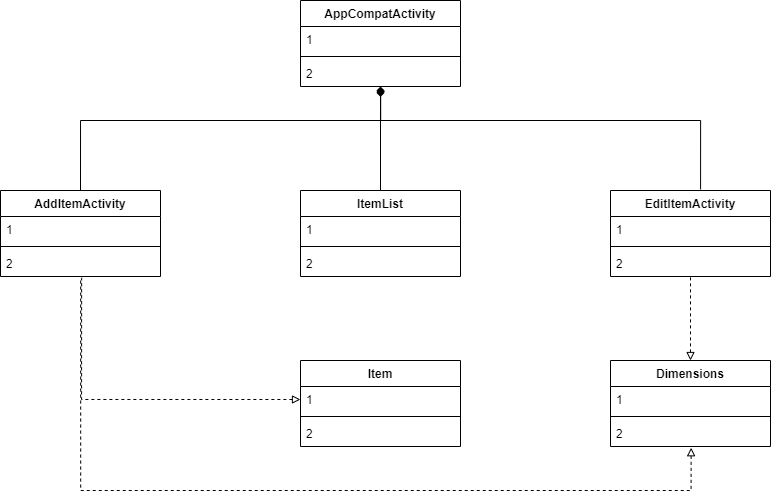
Above: Class Diagrams/ApplicationBorrowedTemplateClassDiagram.png in smitbmx/Architecture-Diagrams (draw.io), before the change. Source tidied: cells renumbered, new cells last; positions are measured from the earlier drawing's top-left corner, leaving out a move shared by most shapes.
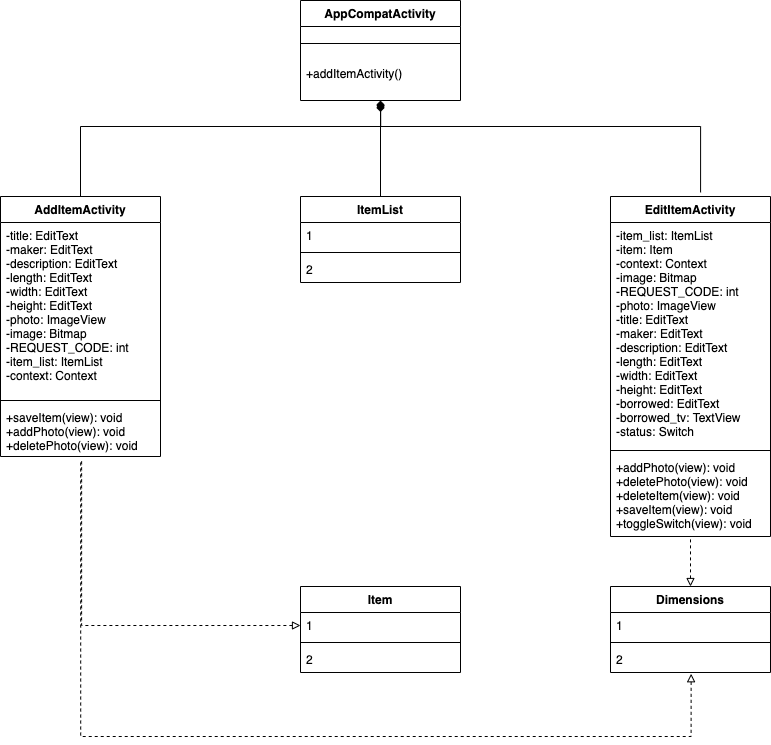
Later version of the same file.

Change to the diagram source:
```diff
@@ -3,16 +3,13 @@
     <mxCell id="0" />
     <mxCell id="1" parent="0" />
     <mxCell id="2" value="AppCompatActivity" style="swimlane;fontStyle=1;align=center;verticalAlign=top;horizontal=1;startSize=26;" parent="1" vertex="1">
-      <mxGeometry x="300" width="160" height="86" as="geometry" />
+      <mxGeometry x="300" y="-6" width="160" height="100" as="geometry" />
     </mxCell>
-    <mxCell id="3" value="1" style="text;strokeColor=none;fillColor=none;align=left;verticalAlign=top;spacingLeft=4;spacingRight=4;overflow=hidden;" parent="2" vertex="1">
-      <mxGeometry y="26" width="160" height="26" as="geometry" />
-    </mxCell>
     <mxCell id="4" style="line;strokeWidth=1;fillColor=none;align=left;verticalAlign=middle;spacingTop=-1;spacingLeft=3;spacingRight=3;labelPosition=right;" parent="2" vertex="1">
-      <mxGeometry y="52" width="160" height="8" as="geometry" />
+      <mxGeometry y="26" width="160" height="34" as="geometry" />
     </mxCell>
-    <mxCell id="5" value="2" style="text;strokeColor=none;fillColor=none;align=left;verticalAlign=top;spacingLeft=4;spacingRight=4;overflow=hidden;points=[[0,0.5],[1,0.5]];portConstraint=eastwest;" parent="2" vertex="1">
-      <mxGeometry y="60" width="160" height="26" as="geometry" />
+    <mxCell id="5" value="+addItemActivity()" style="text;strokeColor=none;fillColor=none;align=left;verticalAlign=top;spacingLeft=4;spacingRight=4;overflow=hidden;points=[[0,0.5],[1,0.5]];portConstraint=eastwest;" parent="2" vertex="1">
+      <mxGeometry y="60" width="160" height="40" as="geometry" />
     </mxCell>
     <mxCell id="6" value="ItemList" style="swimlane;fontStyle=1;align=center;verticalAlign=top;horizontal=1;startSize=26;" parent="1" vertex="1">
       <mxGeometry x="300" y="190" width="160" height="86" as="geometry" />
@@ -27,31 +24,31 @@
       <mxGeometry y="60" width="160" height="26" as="geometry" />
     </mxCell>
     <mxCell id="10" value="AddItemActivity" style="swimlane;fontStyle=1;align=center;verticalAlign=top;horizontal=1;startSize=26;" parent="1" vertex="1">
-      <mxGeometry y="190" width="160" height="86" as="geometry" />
+      <mxGeometry y="190" width="160" height="260" as="geometry" />
     </mxCell>
-    <mxCell id="11" value="1" style="text;strokeColor=none;fillColor=none;align=left;verticalAlign=top;spacingLeft=4;spacingRight=4;overflow=hidden;" parent="10" vertex="1">
-      <mxGeometry y="26" width="160" height="26" as="geometry" />
+    <mxCell id="11" value="-title: EditText&#10;-maker: EditText&#10;-description: EditText&#10;-length: EditText&#10;-width: EditText&#10;-height: EditText&#10;-photo: ImageView&#10;-image: Bitmap&#10;-REQUEST_CODE: int&#10;-item_list: ItemList&#10;-context: Context" style="text;strokeColor=none;fillColor=none;align=left;verticalAlign=top;spacingLeft=4;spacingRight=4;overflow=hidden;" parent="10" vertex="1">
+      <mxGeometry y="26" width="160" height="174" as="geometry" />
     </mxCell>
     <mxCell id="12" style="line;strokeWidth=1;fillColor=none;align=left;verticalAlign=middle;spacingTop=-1;spacingLeft=3;spacingRight=3;labelPosition=right;" parent="10" vertex="1">
-      <mxGeometry y="52" width="160" height="8" as="geometry" />
+      <mxGeometry y="200" width="160" height="8" as="geometry" />
     </mxCell>
-    <mxCell id="13" value="2" style="text;strokeColor=none;fillColor=none;align=left;verticalAlign=top;spacingLeft=4;spacingRight=4;overflow=hidden;points=[[0,0.5],[1,0.5]];portConstraint=eastwest;" parent="10" vertex="1">
-      <mxGeometry y="60" width="160" height="26" as="geometry" />
+    <mxCell id="13" value="+saveItem(view): void&#10;+addPhoto(view): void&#10;+deletePhoto(view): void" style="text;strokeColor=none;fillColor=none;align=left;verticalAlign=top;spacingLeft=4;spacingRight=4;overflow=hidden;points=[[0,0.5],[1,0.5]];portConstraint=eastwest;" parent="10" vertex="1">
+      <mxGeometry y="208" width="160" height="52" as="geometry" />
     </mxCell>
     <mxCell id="14" value="EditItemActivity" style="swimlane;fontStyle=1;align=center;verticalAlign=top;horizontal=1;startSize=26;" parent="1" vertex="1">
-      <mxGeometry x="610" y="190" width="160" height="86" as="geometry" />
+      <mxGeometry x="610" y="190" width="160" height="340" as="geometry" />
     </mxCell>
-    <mxCell id="15" value="1" style="text;strokeColor=none;fillColor=none;align=left;verticalAlign=top;spacingLeft=4;spacingRight=4;overflow=hidden;" parent="14" vertex="1">
-      <mxGeometry y="26" width="160" height="26" as="geometry" />
+    <mxCell id="15" value="-item_list: ItemList&#10;-item: Item&#10;-context: Context&#10;-image: Bitmap&#10;-REQUEST_CODE: int&#10;-photo: ImageView&#10;-title: EditText&#10;-maker: EditText&#10;-description: EditText&#10;-length: EditText&#10;-width: EditText&#10;-height: EditText&#10;-borrowed: EditText&#10;-borrowed_tv: TextView&#10;-status: Switch&#10;" style="text;strokeColor=none;fillColor=none;align=left;verticalAlign=top;spacingLeft=4;spacingRight=4;overflow=hidden;" parent="14" vertex="1">
+      <mxGeometry y="26" width="160" height="224" as="geometry" />
     </mxCell>
     <mxCell id="16" style="line;strokeWidth=1;fillColor=none;align=left;verticalAlign=middle;spacingTop=-1;spacingLeft=3;spacingRight=3;labelPosition=right;" parent="14" vertex="1">
-      <mxGeometry y="52" width="160" height="8" as="geometry" />
+      <mxGeometry y="250" width="160" height="8" as="geometry" />
     </mxCell>
-    <mxCell id="17" value="2" style="text;strokeColor=none;fillColor=none;align=left;verticalAlign=top;spacingLeft=4;spacingRight=4;overflow=hidden;" parent="14" vertex="1">
-      <mxGeometry y="60" width="160" height="26" as="geometry" />
+    <mxCell id="17" value="+addPhoto(view): void&#10;+deletePhoto(view): void&#10;+deleteItem(view): void&#10;+saveItem(view): void&#10;+toggleSwitch(view): void" style="text;strokeColor=none;fillColor=none;align=left;verticalAlign=top;spacingLeft=4;spacingRight=4;overflow=hidden;" parent="14" vertex="1">
+      <mxGeometry y="258" width="160" height="82" as="geometry" />
     </mxCell>
     <mxCell id="18" value="Item" style="swimlane;fontStyle=1;align=center;verticalAlign=top;horizontal=1;startSize=26;" parent="1" vertex="1">
-      <mxGeometry x="300" y="360" width="160" height="86" as="geometry" />
+      <mxGeometry x="300" y="580" width="160" height="86" as="geometry" />
     </mxCell>
     <mxCell id="19" value="1" style="text;strokeColor=none;fillColor=none;align=left;verticalAlign=top;spacingLeft=4;spacingRight=4;overflow=hidden;points=[[0,0.5],[1,0.5]];portConstraint=eastwest;" parent="18" vertex="1">
       <mxGeometry y="26" width="160" height="26" as="geometry" />
@@ -63,7 +60,7 @@
       <mxGeometry y="60" width="160" height="26" as="geometry" />
     </mxCell>
     <mxCell id="22" value="Dimensions" style="swimlane;fontStyle=1;align=center;verticalAlign=top;horizontal=1;startSize=26;" parent="1" vertex="1">
-      <mxGeometry x="610" y="360" width="160" height="86" as="geometry" />
+      <mxGeometry x="610" y="580" width="160" height="86" as="geometry" />
     </mxCell>
     <mxCell id="23" value="1" style="text;strokeColor=none;fillColor=none;align=left;verticalAlign=top;spacingLeft=4;spacingRight=4;overflow=hidden;" parent="22" vertex="1">
       <mxGeometry y="26" width="160" height="26" as="geometry" />
@@ -96,15 +93,15 @@
     <mxCell id="29" style="endArrow=none;dashed=1;html=1;exitX=0;exitY=0.5;exitDx=0;exitDy=0;entryX=0.507;entryY=1.048;entryDx=0;entryDy=0;entryPerimeter=0;edgeStyle=orthogonalEdgeStyle;rounded=0;startArrow=block;startFill=0;" parent="1" edge="1" source="19" target="13">
       <mxGeometry relative="1" as="geometry">
         <Array as="points">
-          <mxPoint x="81" y="399" />
+          <mxPoint x="81" y="619" />
         </Array>
       </mxGeometry>
     </mxCell>
     <mxCell id="30" style="endArrow=none;dashed=1;html=1;entryX=0.501;entryY=1.066;entryDx=0;entryDy=0;entryPerimeter=0;exitX=0.504;exitY=1.048;exitDx=0;exitDy=0;exitPerimeter=0;edgeStyle=orthogonalEdgeStyle;rounded=0;startArrow=block;startFill=0;" parent="1" edge="1" source="25" target="13">
       <mxGeometry relative="1" as="geometry">
         <Array as="points">
-          <mxPoint x="691" y="490" />
-          <mxPoint x="80" y="490" />
+          <mxPoint x="691" y="730" />
+          <mxPoint x="80" y="730" />
         </Array>
       </mxGeometry>
     </mxCell>
```
